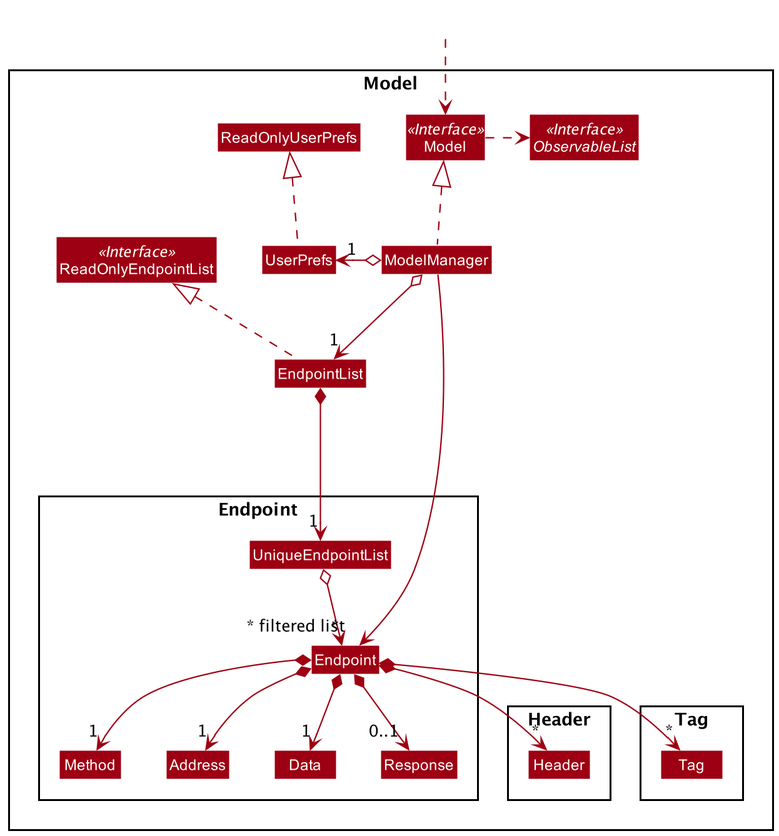
This is docs/images/ModelClassDiagram.png from nus-cs2103-AY2021S2/tp, a PlantUML export, as it was before one commit.
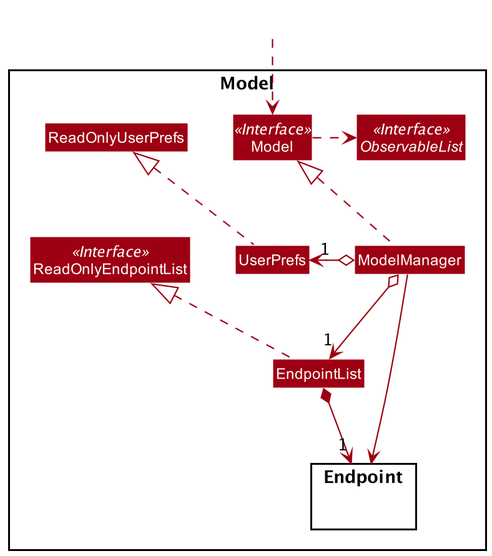
The same file after the commit.

Commit message:
Update diagrams in endpoint

The edit, as a diff of the source:
```diff
@@ -15,22 +15,7 @@
 Class UserPrefs
 Class ReadOnlyUserPrefs
 
-Package Endpoint {
-Class Endpoint
-Class Address
-Class Data
-Class Method
-Class Response
-Class UniqueEndpointList
-}
-
-Package Header {
-Class Header
-}
-
-Package Tag {
-Class Tag
-}
+Package Endpoint{}
 }
 
 Class HiddenOutside #FFFFFF
@@ -44,17 +29,7 @@
 ModelManager o-left-> "1" UserPrefs
 UserPrefs .up.|> ReadOnlyUserPrefs
 
-EndpointList *--> "1" UniqueEndpointList
-UniqueEndpointList o--> "*" Endpoint
-Endpoint *--> "1" Method
-Endpoint *--> "1" Data
-Endpoint *--> "1" Address
-Endpoint *--> "0..1" Response
-Endpoint *--> "*" Header
-Endpoint *--> "*" Tag
+EndpointList *--> "1" Endpoint
 
-Method -[hidden]right-> Address
-Address -[hidden]right-> Data
-
-ModelManager ----->" ~* filtered list" Endpoint
+ModelManager ---> Endpoint
 @enduml
```
